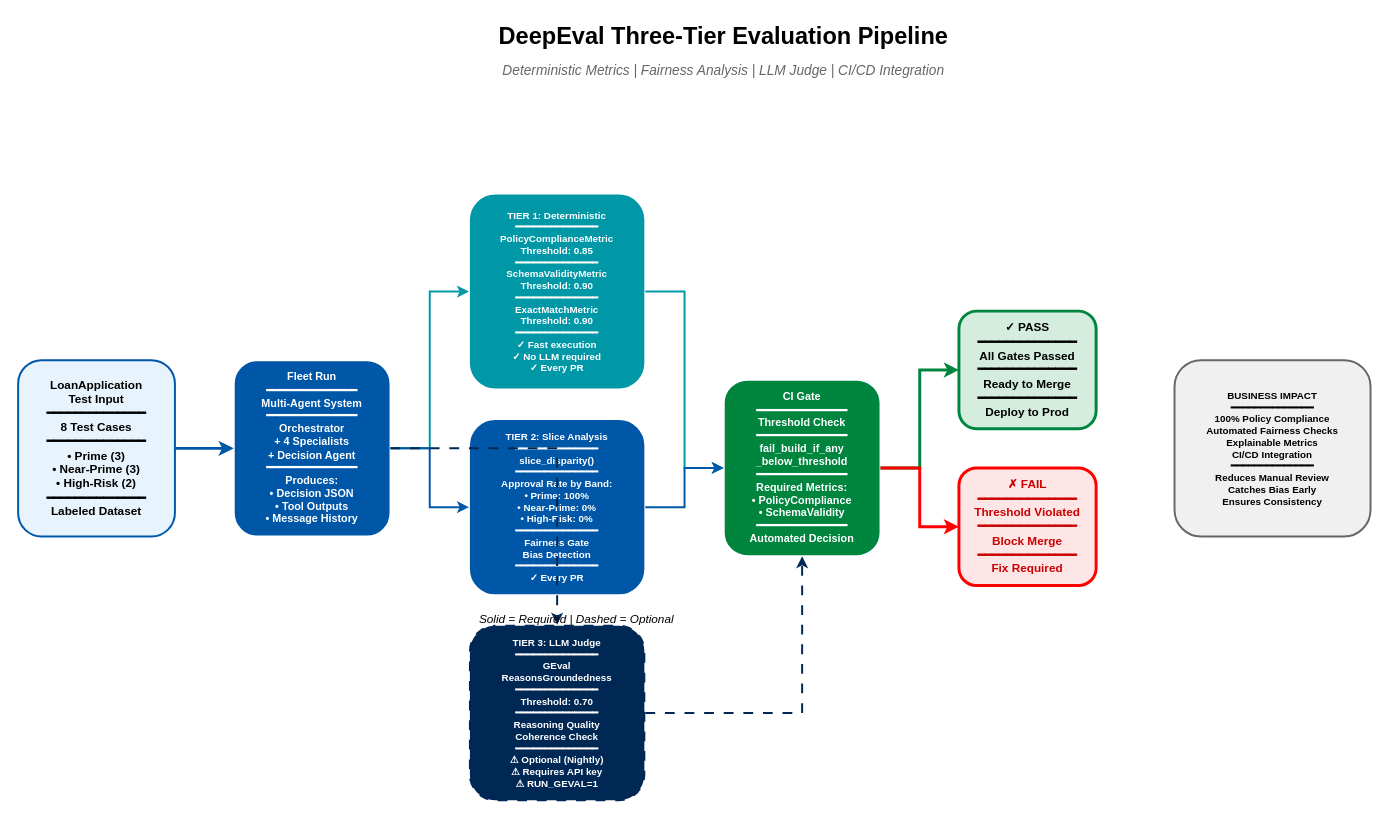
Earlier version of the draw.io diagram diagrams/02-deepeval-pipeline.drawio (varunmaggo/loan-automation). Source tidied: cells renumbered, new cells numbered last; positions are measured from the earlier drawing's top-left corner, leaving out a move shared by most shapes. Both pictures are drawn from the tidied source at 98%, with x=0, y=0 at pixel (18, 17).
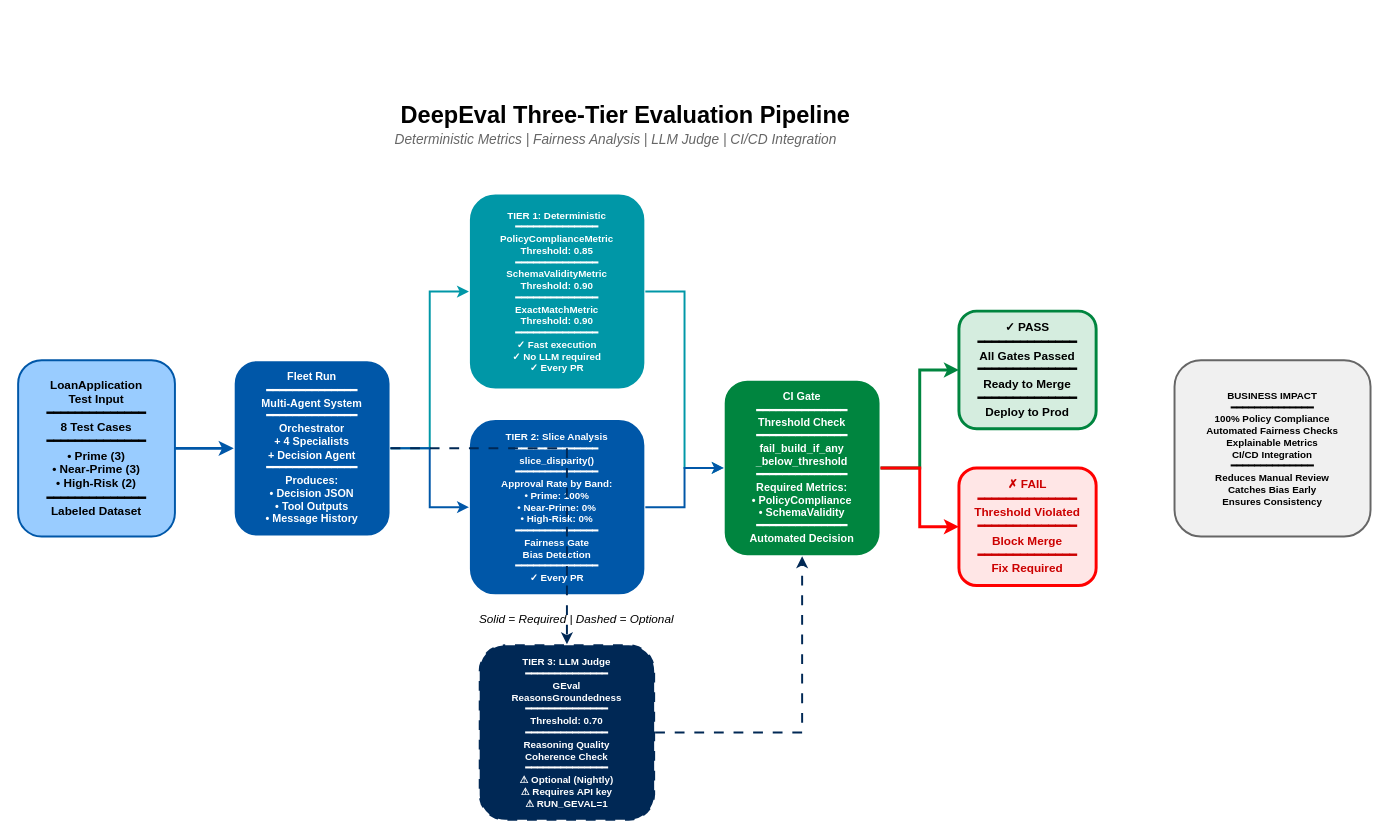
The same page after the edit.

What changed in the source:
```diff
@@
     <mxCell id="2" value="DeepEval Three-Tier Evaluation Pipeline" style="text;html=1;strokeColor=none;fillColor=none;align=center;verticalAlign=middle;whiteSpace=wrap;rounded=0;fontSize=24;fontStyle=1;" parent="1" vertex="1">
-      <mxGeometry x="320" width="800" height="40" as="geometry" />
+      <mxGeometry x="220" y="80" width="800" height="40" as="geometry" />
     </mxCell>
     <mxCell id="3" value="Deterministic Metrics | Fairness Analysis | LLM Judge | CI/CD Integration" style="text;html=1;strokeColor=none;fillColor=none;align=center;verticalAlign=middle;whiteSpace=wrap;rounded=0;fontSize=14;fontStyle=2;fontColor=#666666;" parent="1" vertex="1">
-      <mxGeometry x="320" y="40" width="800" height="30" as="geometry" />
+      <mxGeometry x="210" y="110" width="800" height="30" as="geometry" />
     </mxCell>
-    <mxCell id="4" value="LoanApplication&#10;Test Input&#10;━━━━━━━━━━━━━━&#10;8 Test Cases&#10;━━━━━━━━━━━━━━&#10;• Prime (3)&#10;• Near-Prime (3)&#10;• High-Risk (2)&#10;━━━━━━━━━━━━━━&#10;Labeled Dataset" style="rounded=1;whiteSpace=wrap;html=1;fillColor=#E8F4FD;strokeColor=#0057A8;strokeWidth=2;fontSize=12;fontStyle=1;align=center;" parent="1" vertex="1">
+    <mxCell id="4" value="LoanApplication&#10;Test Input&#10;━━━━━━━━━━━━━━&#10;8 Test Cases&#10;━━━━━━━━━━━━━━&#10;• Prime (3)&#10;• Near-Prime (3)&#10;• High-Risk (2)&#10;━━━━━━━━━━━━━━&#10;Labeled Dataset" style="rounded=1;whiteSpace=wrap;html=1;fillColor=#99CCFF;strokeColor=#0057A8;strokeWidth=2;fontSize=12;fontStyle=1;align=center;" parent="1" vertex="1">
       <mxGeometry y="350" width="160" height="180" as="geometry" />
     </mxCell>
@@
     <mxCell id="8" value="TIER 3: LLM Judge&#10;━━━━━━━━━━━━━━&#10;GEval&#10;ReasonsGroundedness&#10;━━━━━━━━━━━━━━&#10;Threshold: 0.70&#10;━━━━━━━━━━━━━━&#10;Reasoning Quality&#10;Coherence Check&#10;━━━━━━━━━━━━━━&#10;⚠ Optional (Nightly)&#10;⚠ Requires API key&#10;⚠ RUN_GEVAL=1" style="rounded=1;whiteSpace=wrap;html=1;fillColor=#002855;strokeColor=#ffffff;strokeWidth=2;fontSize=10;fontStyle=1;fontColor=#ffffff;align=center;dashed=1;dashPattern=5 5;" parent="1" vertex="1">
-      <mxGeometry x="460" y="620" width="180" height="180" as="geometry" />
+      <mxGeometry x="470" y="640" width="180" height="180" as="geometry" />
     </mxCell>
```
